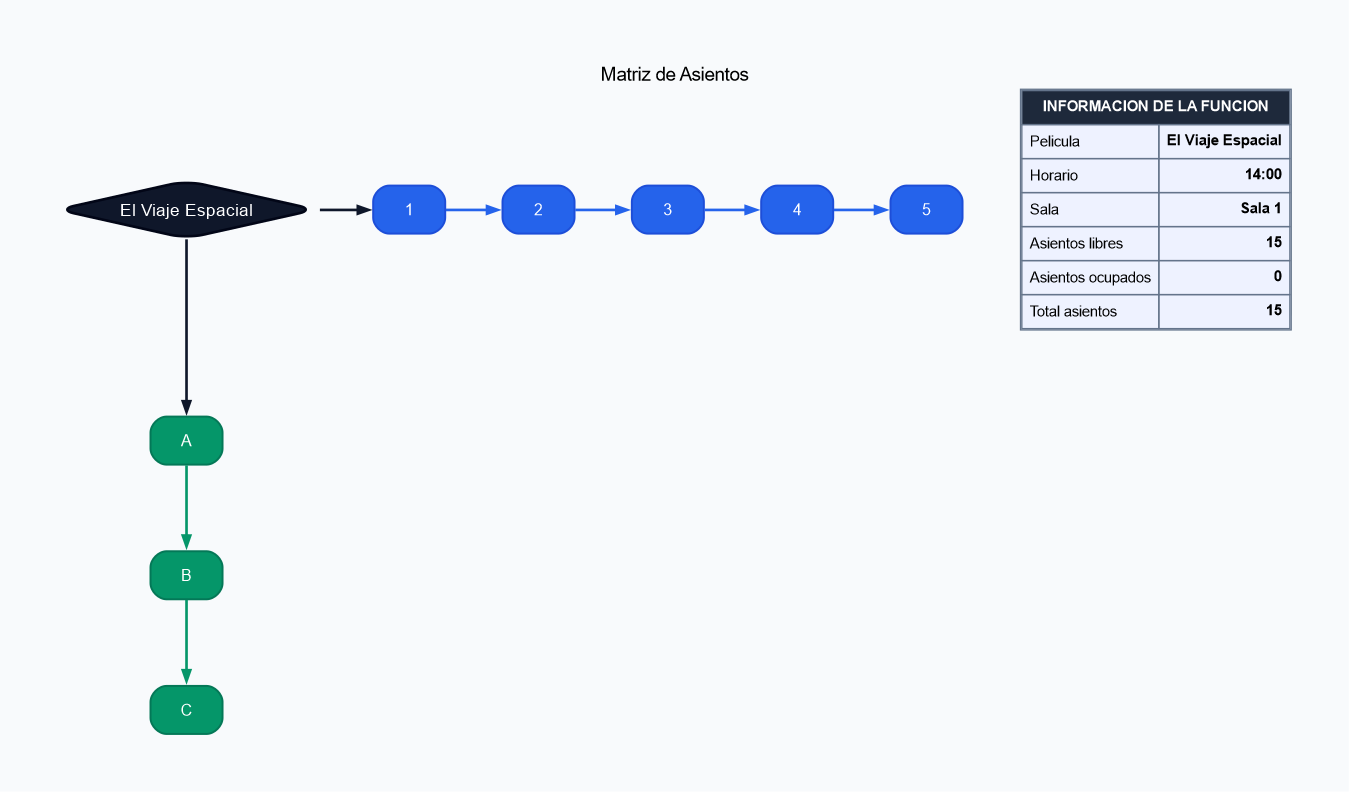
MynorCanel/EDD_2S2026_PY_202307548 keeps this Graphviz diagram as EDD_Fase2/ProyectoF2/reportes/F030.png. Above is the earlier version. Its source is kept beside it as EDD_Fase2/ProyectoF2/reportes/F030.dot. Its diagram source:
```dot
digraph MatrizCine {
rankdir=TB;
splines=ortho;
bgcolor="#f8fafc";
pad=0.6;
nodesep=0.6;
ranksep=0.9;
label="Matriz de Asientos";
labelloc=t;
fontname="Arial";
node [shape=box, style="rounded,filled", fontname="Arial", fontsize=11, color="#1f2937"];
edge [color="#94a3b8", arrowsize=0.8, penwidth=1.2];
Raiz [shape=diamond, label="El Viaje Espacial", width=1.5, height=0.6, style="rounded,filled", fillcolor="#0f172a", fontcolor=white, fontsize=13, group=0, color="#020617", penwidth=2];
{ rank=same; Raiz; Col1; Col2; Col3; Col4; Col5; }
Col1 [label="1", style="rounded,filled", fillcolor="#2563eb", fontcolor=white, fontsize=12, group=1, color="#1d4ed8", penwidth=1.5];
Col2 [label="2", style="rounded,filled", fillcolor="#2563eb", fontcolor=white, fontsize=12, group=2, color="#1d4ed8", penwidth=1.5];
Col3 [label="3", style="rounded,filled", fillcolor="#2563eb", fontcolor=white, fontsize=12, group=3, color="#1d4ed8", penwidth=1.5];
Col4 [label="4", style="rounded,filled", fillcolor="#2563eb", fontcolor=white, fontsize=12, group=4, color="#1d4ed8", penwidth=1.5];
Col5 [label="5", style="rounded,filled", fillcolor="#2563eb", fontcolor=white, fontsize=12, group=5, color="#1d4ed8", penwidth=1.5];
FilaA [label="A", style="rounded,filled", fillcolor="#059669", fontcolor=white, fontsize=12, group=0, color="#047857", penwidth=1.5];
FilaB [label="B", style="rounded,filled", fillcolor="#059669", fontcolor=white, fontsize=12, group=0, color="#047857", penwidth=1.5];
FilaC [label="C", style="rounded,filled", fillcolor="#059669", fontcolor=white, fontsize=12, group=0, color="#047857", penwidth=1.5];
{ rank=same; FilaA; }
{ rank=same; FilaB; }
{ rank=same; FilaC; }
Raiz -> FilaA [color="#0f172a", penwidth=2, arrowhead=normal];
Raiz -> Col1 [color="#0f172a", penwidth=2, arrowhead=normal];
Col1 -> Col2 [color="#2563eb", penwidth=2, arrowhead=normal];
Col2 -> Col3 [color="#2563eb", penwidth=2, arrowhead=normal];
Col3 -> Col4 [color="#2563eb", penwidth=2, arrowhead=normal];
Col4 -> Col5 [color="#2563eb", penwidth=2, arrowhead=normal];
FilaA -> FilaB [color="#059669", penwidth=2, arrowhead=normal];
FilaB -> FilaC [color="#059669", penwidth=2, arrowhead=normal];
Informacion [label=<<TABLE BORDER="1" CELLBORDER="1" CELLSPACING="0" CELLPADDING="5" COLOR="#64748b" BGCOLOR="#eef2ff"><TR><TD COLSPAN="2" BGCOLOR="#1e293b" ALIGN="CENTER"><FONT COLOR="white" FACE="Arial"><B>INFORMACION DE LA FUNCION</B></FONT></TD></TR><TR><TD ALIGN="LEFT"><FONT FACE="Arial">Pelicula</FONT></TD><TD ALIGN="RIGHT"><FONT FACE="Arial"><B>El Viaje Espacial</B></FONT></TD></TR><TR><TD ALIGN="LEFT"><FONT FACE="Arial">Horario</FONT></TD><TD ALIGN="RIGHT"><FONT FACE="Arial"><B>14:00</B></FONT></TD></TR><TR><TD ALIGN="LEFT"><FONT FACE="Arial">Sala</FONT></TD><TD ALIGN="RIGHT"><FONT FACE="Arial"><B>Sala 1</B></FONT></TD></TR><TR><TD ALIGN="LEFT"><FONT FACE="Arial">Asientos libres</FONT></TD><TD ALIGN="RIGHT"><FONT FACE="Arial"><B>15</B></FONT></TD></TR><TR><TD ALIGN="LEFT"><FONT FACE="Arial">Asientos ocupados</FONT></TD><TD ALIGN="RIGHT"><FONT FACE="Arial"><B>0</B></FONT></TD></TR><TR><TD ALIGN="LEFT"><FONT FACE="Arial">Total asientos</FONT></TD><TD ALIGN="RIGHT"><FONT FACE="Arial"><B>15</B></FONT></TD></TR></TABLE>>, shape=plain];
{ rank=same; Raiz; Informacion; }
}
```
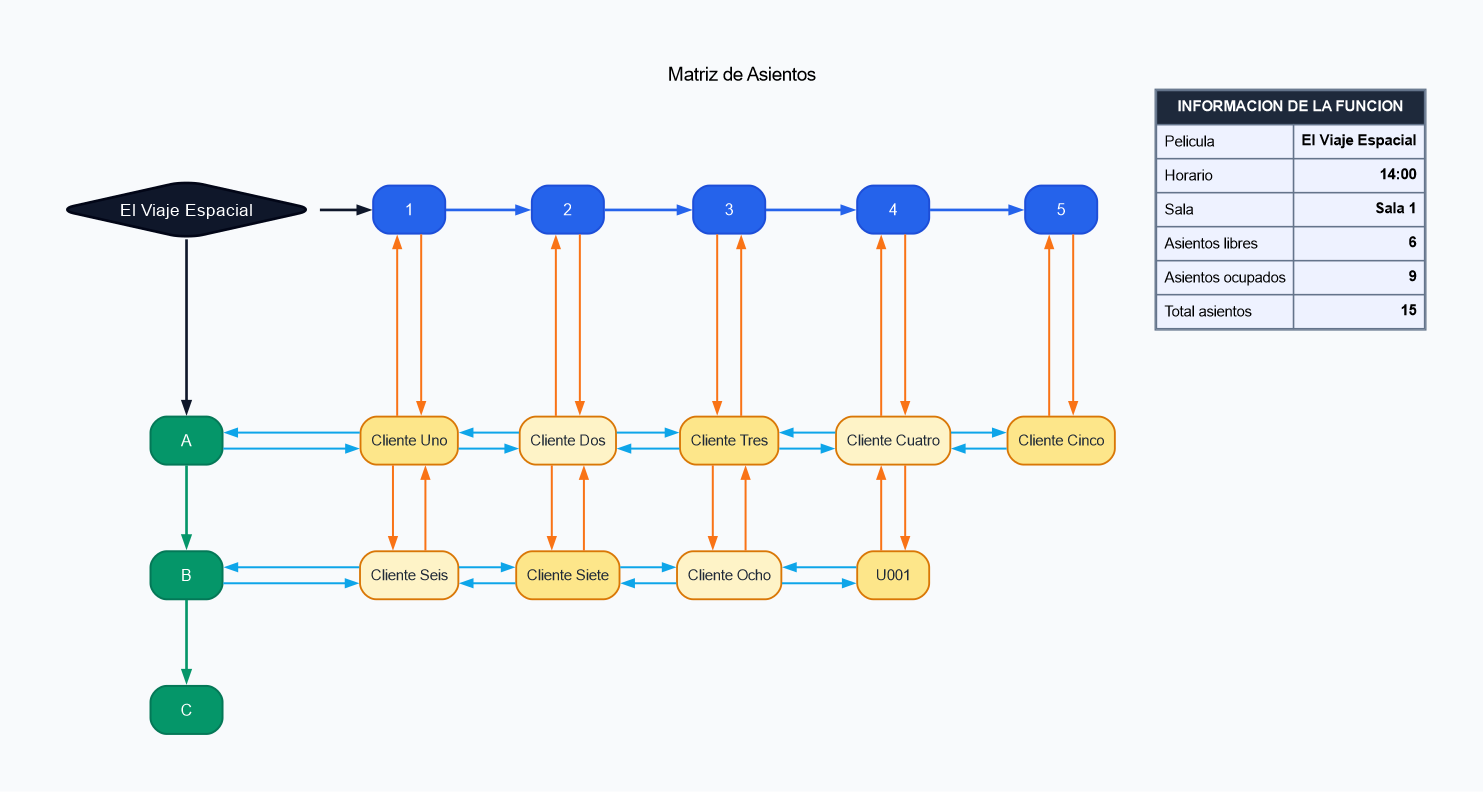
Above is the later version.

The edit, as a diff of the source:
```diff
@@ -20,8 +20,17 @@
 FilaA [label="A", style="rounded,filled", fillcolor="#059669", fontcolor=white, fontsize=12, group=0, color="#047857", penwidth=1.5];
 FilaB [label="B", style="rounded,filled", fillcolor="#059669", fontcolor=white, fontsize=12, group=0, color="#047857", penwidth=1.5];
 FilaC [label="C", style="rounded,filled", fillcolor="#059669", fontcolor=white, fontsize=12, group=0, color="#047857", penwidth=1.5];
-{ rank=same; FilaA; }
-{ rank=same; FilaB; }
+{ rank=same; FilaA; NodoA1 [label="Cliente Uno", style="rounded,filled", fillcolor="#fde68a", fontcolor="#1f2937", group=1, color="#d97706", penwidth=1.4];
+NodoA1; NodoA2 [label="Cliente Dos", style="rounded,filled", fillcolor="#fef3c7", fontcolor="#1f2937", group=2, color="#d97706", penwidth=1.4];
+NodoA2; NodoA3 [label="Cliente Tres", style="rounded,filled", fillcolor="#fde68a", fontcolor="#1f2937", group=3, color="#d97706", penwidth=1.4];
+NodoA3; NodoA4 [label="Cliente Cuatro", style="rounded,filled", fillcolor="#fef3c7", fontcolor="#1f2937", group=4, color="#d97706", penwidth=1.4];
+NodoA4; NodoA5 [label="Cliente Cinco", style="rounded,filled", fillcolor="#fde68a", fontcolor="#1f2937", group=5, color="#d97706", penwidth=1.4];
+NodoA5; }
+{ rank=same; FilaB; NodoB1 [label="Cliente Seis", style="rounded,filled", fillcolor="#fef3c7", fontcolor="#1f2937", group=1, color="#d97706", penwidth=1.4];
+NodoB1; NodoB2 [label="Cliente Siete", style="rounded,filled", fillcolor="#fde68a", fontcolor="#1f2937", group=2, color="#d97706", penwidth=1.4];
+NodoB2; NodoB3 [label="Cliente Ocho", style="rounded,filled", fillcolor="#fef3c7", fontcolor="#1f2937", group=3, color="#d97706", penwidth=1.4];
+NodoB3; NodoB4 [label="U001", style="rounded,filled", fillcolor="#fde68a", fontcolor="#1f2937", group=4, color="#d97706", penwidth=1.4];
+NodoB4; }
 { rank=same; FilaC; }
 Raiz -> FilaA [color="#0f172a", penwidth=2, arrowhead=normal];
 Raiz -> Col1 [color="#0f172a", penwidth=2, arrowhead=normal];
@@ -31,6 +40,42 @@
 Col4 -> Col5 [color="#2563eb", penwidth=2, arrowhead=normal];
 FilaA -> FilaB [color="#059669", penwidth=2, arrowhead=normal];
 FilaB -> FilaC [color="#059669", penwidth=2, arrowhead=normal];
-Informacion [label=<<TABLE BORDER="1" CELLBORDER="1" CELLSPACING="0" CELLPADDING="5" COLOR="#64748b" BGCOLOR="#eef2ff"><TR><TD COLSPAN="2" BGCOLOR="#1e293b" ALIGN="CENTER"><FONT COLOR="white" FACE="Arial"><B>INFORMACION DE LA FUNCION</B></FONT></TD></TR><TR><TD ALIGN="LEFT"><FONT FACE="Arial">Pelicula</FONT></TD><TD ALIGN="RIGHT"><FONT FACE="Arial"><B>El Viaje Espacial</B></FONT></TD></TR><TR><TD ALIGN="LEFT"><FONT FACE="Arial">Horario</FONT></TD><TD ALIGN="RIGHT"><FONT FACE="Arial"><B>14:00</B></FONT></TD></TR><TR><TD ALIGN="LEFT"><FONT FACE="Arial">Sala</FONT></TD><TD ALIGN="RIGHT"><FONT FACE="Arial"><B>Sala 1</B></FONT></TD></TR><TR><TD ALIGN="LEFT"><FONT FACE="Arial">Asientos libres</FONT></TD><TD ALIGN="RIGHT"><FONT FACE="Arial"><B>15</B></FONT></TD></TR><TR><TD ALIGN="LEFT"><FONT FACE="Arial">Asientos ocupados</FONT></TD><TD ALIGN="RIGHT"><FONT FACE="Arial"><B>0</B></FONT></TD></TR><TR><TD ALIGN="LEFT"><FONT FACE="Arial">Total asientos</FONT></TD><TD ALIGN="RIGHT"><FONT FACE="Arial"><B>15</B></FONT></TD></TR></TABLE>>, shape=plain];
+FilaA -> NodoA1 [color="#0ea5e9", penwidth=1.5, arrowhead=normal];
+NodoA1 -> FilaA [color="#0ea5e9", penwidth=1.5, arrowhead=normal];
+FilaB -> NodoB1 [color="#0ea5e9", penwidth=1.5, arrowhead=normal];
+NodoB1 -> FilaB [color="#0ea5e9", penwidth=1.5, arrowhead=normal];
+NodoA1 -> NodoB1 [color="#f97316", penwidth=1.5, arrowhead=normal];
+NodoB1 -> NodoA1 [color="#f97316", penwidth=1.5, arrowhead=normal];
+Col1 -> NodoA1 [color="#f97316", penwidth=1.5, arrowhead=normal];
+NodoA1 -> Col1 [color="#f97316", penwidth=1.5, arrowhead=normal];
+NodoA2 -> NodoB2 [color="#f97316", penwidth=1.5, arrowhead=normal];
+NodoB2 -> NodoA2 [color="#f97316", penwidth=1.5, arrowhead=normal];
+Col2 -> NodoA2 [color="#f97316", penwidth=1.5, arrowhead=normal];
+NodoA2 -> Col2 [color="#f97316", penwidth=1.5, arrowhead=normal];
+NodoA3 -> NodoB3 [color="#f97316", penwidth=1.5, arrowhead=normal];
+NodoB3 -> NodoA3 [color="#f97316", penwidth=1.5, arrowhead=normal];
+Col3 -> NodoA3 [color="#f97316", penwidth=1.5, arrowhead=normal];
+NodoA3 -> Col3 [color="#f97316", penwidth=1.5, arrowhead=normal];
+NodoA4 -> NodoB4 [color="#f97316", penwidth=1.5, arrowhead=normal];
+NodoB4 -> NodoA4 [color="#f97316", penwidth=1.5, arrowhead=normal];
+Col4 -> NodoA4 [color="#f97316", penwidth=1.5, arrowhead=normal];
+NodoA4 -> Col4 [color="#f97316", penwidth=1.5, arrowhead=normal];
+Col5 -> NodoA5 [color="#f97316", penwidth=1.5, arrowhead=normal];
+NodoA5 -> Col5 [color="#f97316", penwidth=1.5, arrowhead=normal];
+NodoA1 -> NodoA2 [color="#0ea5e9", penwidth=1.5, arrowhead=normal];
+NodoA2 -> NodoA1 [color="#0ea5e9", penwidth=1.5, arrowhead=normal];
+NodoA2 -> NodoA3 [color="#0ea5e9", penwidth=1.5, arrowhead=normal];
+NodoA3 -> NodoA2 [color="#0ea5e9", penwidth=1.5, arrowhead=normal];
+NodoA3 -> NodoA4 [color="#0ea5e9", penwidth=1.5, arrowhead=normal];
+NodoA4 -> NodoA3 [color="#0ea5e9", penwidth=1.5, arrowhead=normal];
+NodoA4 -> NodoA5 [color="#0ea5e9", penwidth=1.5, arrowhead=normal];
+NodoA5 -> NodoA4 [color="#0ea5e9", penwidth=1.5, arrowhead=normal];
+NodoB1 -> NodoB2 [color="#0ea5e9", penwidth=1.5, arrowhead=normal];
+NodoB2 -> NodoB1 [color="#0ea5e9", penwidth=1.5, arrowhead=normal];
+NodoB2 -> NodoB3 [color="#0ea5e9", penwidth=1.5, arrowhead=normal];
+NodoB3 -> NodoB2 [color="#0ea5e9", penwidth=1.5, arrowhead=normal];
+NodoB3 -> NodoB4 [color="#0ea5e9", penwidth=1.5, arrowhead=normal];
+NodoB4 -> NodoB3 [color="#0ea5e9", penwidth=1.5, arrowhead=normal];
+Informacion [label=<<TABLE BORDER="1" CELLBORDER="1" CELLSPACING="0" CELLPADDING="5" COLOR="#64748b" BGCOLOR="#eef2ff"><TR><TD COLSPAN="2" BGCOLOR="#1e293b" ALIGN="CENTER"><FONT COLOR="white" FACE="Arial"><B>INFORMACION DE LA FUNCION</B></FONT></TD></TR><TR><TD ALIGN="LEFT"><FONT FACE="Arial">Pelicula</FONT></TD><TD ALIGN="RIGHT"><FONT FACE="Arial"><B>El Viaje Espacial</B></FONT></TD></TR><TR><TD ALIGN="LEFT"><FONT FACE="Arial">Horario</FONT></TD><TD ALIGN="RIGHT"><FONT FACE="Arial"><B>14:00</B></FONT></TD></TR><TR><TD ALIGN="LEFT"><FONT FACE="Arial">Sala</FONT></TD><TD ALIGN="RIGHT"><FONT FACE="Arial"><B>Sala 1</B></FONT></TD></TR><TR><TD ALIGN="LEFT"><FONT FACE="Arial">Asientos libres</FONT></TD><TD ALIGN="RIGHT"><FONT FACE="Arial"><B>6</B></FONT></TD></TR><TR><TD ALIGN="LEFT"><FONT FACE="Arial">Asientos ocupados</FONT></TD><TD ALIGN="RIGHT"><FONT FACE="Arial"><B>9</B></FONT></TD></TR><TR><TD ALIGN="LEFT"><FONT FACE="Arial">Total asientos</FONT></TD><TD ALIGN="RIGHT"><FONT FACE="Arial"><B>15</B></FONT></TD></TR></TABLE>>, shape=plain];
 { rank=same; Raiz; Informacion; }
 }
```
